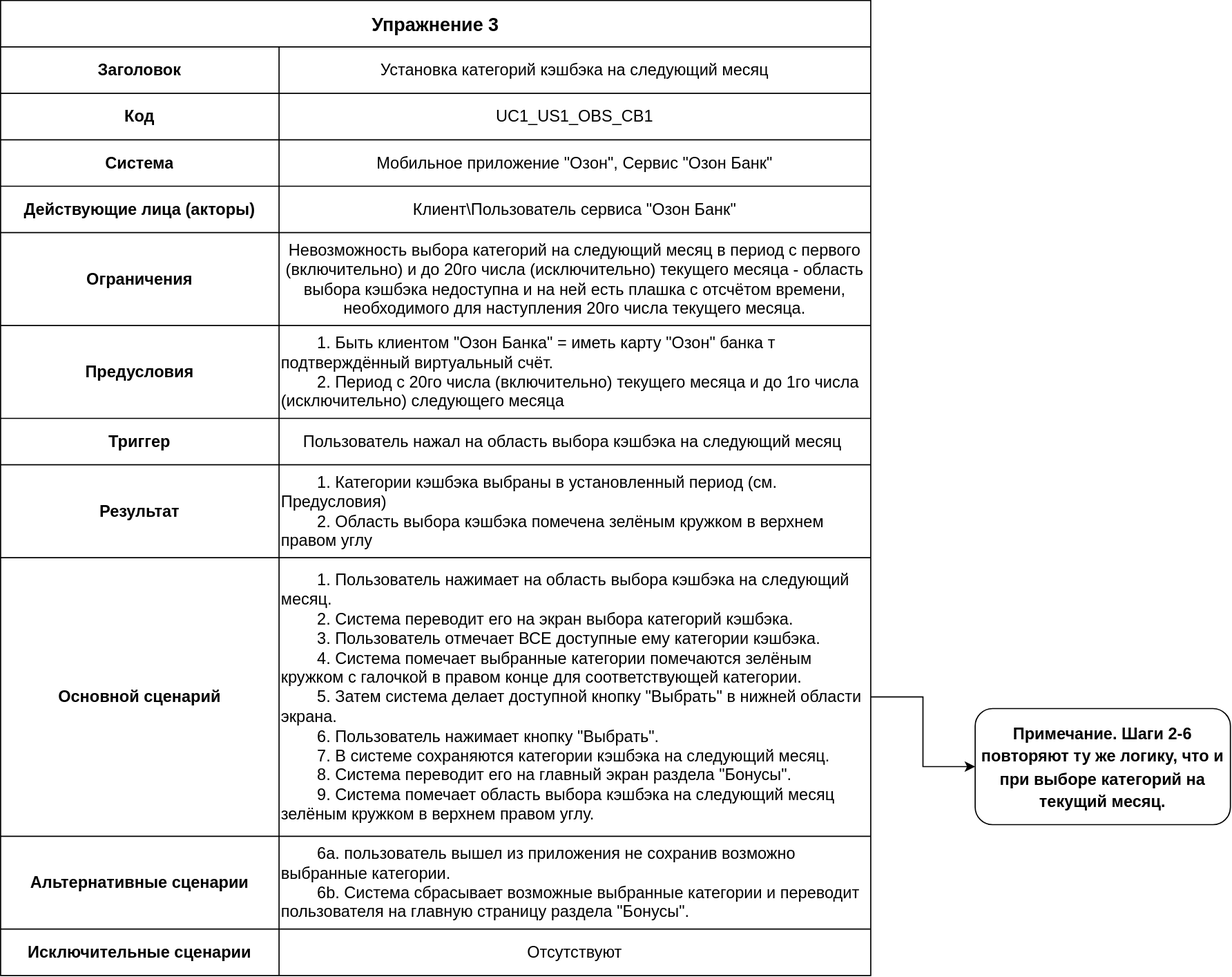
Earlier version of the draw.io export Stanley_Kudrow/ex03_use_case/use_case.drawio.svg (abdullahproff/BSA21_1). Source tidied: cells renumbered, new cells last; positions are measured from the earlier drawing's top-left corner, leaving out a move shared by most shapes.
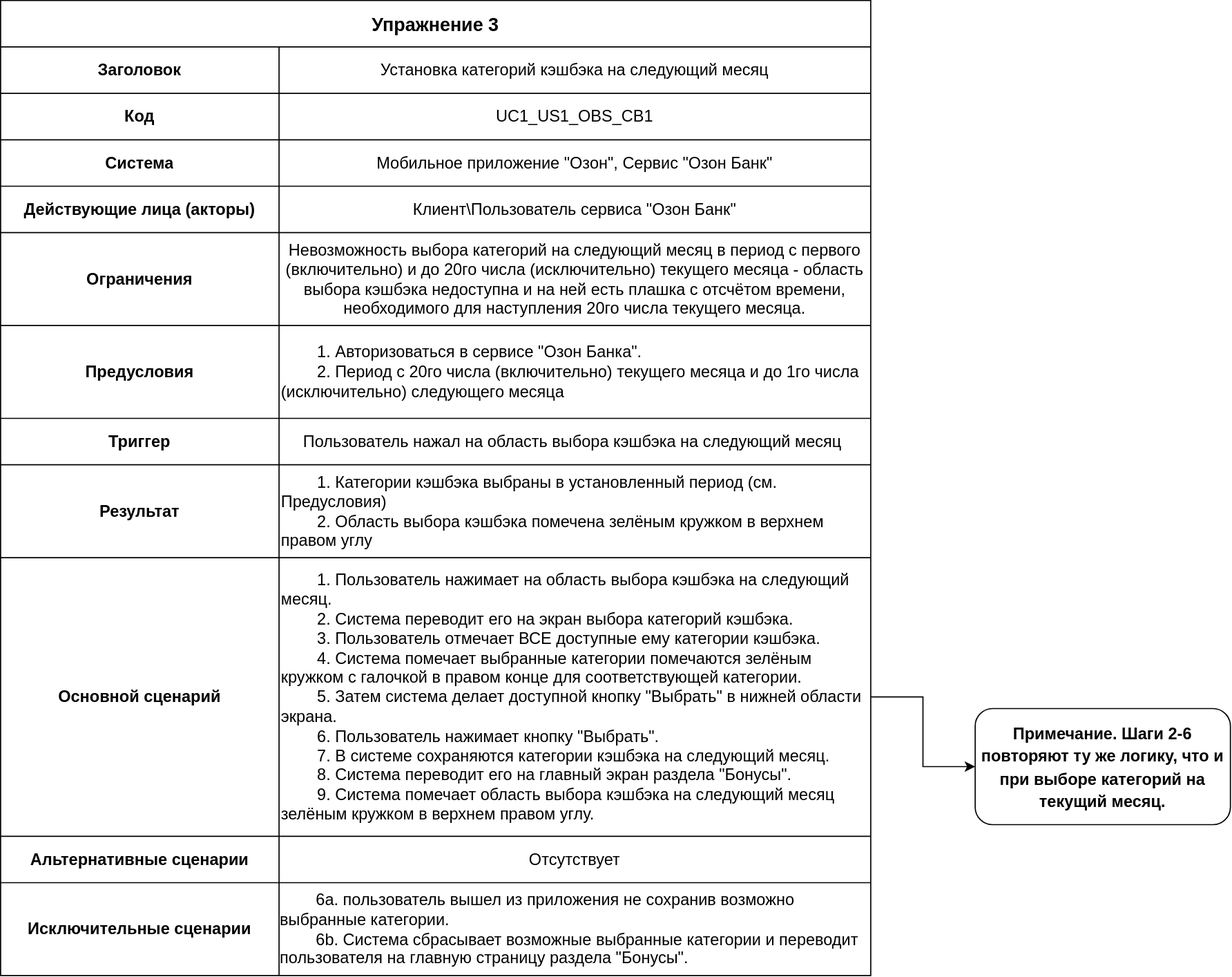
After the change.

The edit, as a diff of the source:
```diff
@@ -59,7 +59,7 @@
     <mxCell id="20" value="&lt;font style=&quot;font-size: 14px;&quot;&gt;&lt;b&gt;Предусловия&lt;/b&gt;&lt;/font&gt;" style="shape=partialRectangle;html=1;whiteSpace=wrap;strokeColor=inherit;overflow=hidden;fillColor=none;top=0;left=0;bottom=0;right=0;" parent="19" vertex="1">
       <mxGeometry width="240" height="80" as="geometry" />
     </mxCell>
-    <mxCell id="21" value="&lt;span style=&quot;font-size: 14px; background-color: initial;&quot;&gt;&lt;span style=&quot;white-space: pre;&quot;&gt;&#9;&lt;/span&gt;1. Быть клиентом &quot;Озон Банка&quot; = иметь карту &quot;Озон&quot; банка т подтверждённый виртуальный счёт.&lt;/span&gt;&lt;br&gt;&lt;span style=&quot;font-size: 14px; background-color: initial;&quot;&gt;&lt;span style=&quot;white-space: pre;&quot;&gt;&#9;&lt;/span&gt;2. Период с 20го числа (включительно) текущего месяца и до 1го числа (исключительно) следующего месяца&lt;/span&gt;" style="shape=partialRectangle;html=1;whiteSpace=wrap;strokeColor=inherit;overflow=hidden;fillColor=none;top=0;left=0;bottom=0;right=0;align=left;" parent="19" vertex="1">
+    <mxCell id="21" value="&lt;span style=&quot;font-size: 14px; background-color: initial;&quot;&gt;&lt;span style=&quot;white-space: pre;&quot;&gt;&#9;&lt;/span&gt;1. Авторизоваться в сервисе &quot;Озон Банка&quot;.&lt;/span&gt;&lt;br&gt;&lt;span style=&quot;font-size: 14px; background-color: initial;&quot;&gt;&lt;span style=&quot;white-space: pre;&quot;&gt;&#9;&lt;/span&gt;2. Период с 20го числа (включительно) текущего месяца и до 1го числа (исключительно) следующего месяца&lt;/span&gt;" style="shape=partialRectangle;html=1;whiteSpace=wrap;strokeColor=inherit;overflow=hidden;fillColor=none;top=0;left=0;bottom=0;right=0;align=left;" parent="19" vertex="1">
       <mxGeometry x="240" width="510" height="80" as="geometry" />
     </mxCell>
     <mxCell id="22" style="shape=tableRow;horizontal=0;startSize=0;swimlaneHead=0;swimlaneBody=0;strokeColor=inherit;top=0;left=0;bottom=0;right=0;fillColor=none;" parent="3" vertex="1">
@@ -90,22 +90,22 @@
       <mxGeometry x="240" width="510" height="240" as="geometry" />
     </mxCell>
     <mxCell id="31" style="shape=tableRow;horizontal=0;startSize=0;swimlaneHead=0;swimlaneBody=0;strokeColor=inherit;top=0;left=0;bottom=0;right=0;fillColor=none;" parent="3" vertex="1">
-      <mxGeometry y="720" width="750" height="80" as="geometry" />
+      <mxGeometry y="720" width="750" height="40" as="geometry" />
     </mxCell>
     <mxCell id="32" value="&lt;font style=&quot;font-size: 14px;&quot;&gt;&lt;b&gt;Альтернативные сценарии&lt;/b&gt;&lt;/font&gt;" style="shape=partialRectangle;html=1;whiteSpace=wrap;strokeColor=inherit;overflow=hidden;fillColor=none;top=0;left=0;bottom=0;right=0;" parent="31" vertex="1">
-      <mxGeometry width="240" height="80" as="geometry" />
+      <mxGeometry width="240" height="40" as="geometry" />
     </mxCell>
-    <mxCell id="33" value="&lt;div style=&quot;&quot;&gt;&lt;span style=&quot;background-color: initial; font-size: 14px;&quot;&gt;&lt;span style=&quot;white-space: pre;&quot;&gt;&#9;&lt;/span&gt;6а. пользователь вышел из приложения не сохранив возможно выбранные категории.&lt;/span&gt;&lt;/div&gt;&lt;div style=&quot;&quot;&gt;&lt;span style=&quot;background-color: initial; font-size: 14px;&quot;&gt;&lt;span style=&quot;white-space: pre;&quot;&gt;&#9;&lt;/span&gt;6b. Система сбрасывает возможные выбранные категории и переводит пользователя на главную страницу раздела &quot;Бонусы&quot;.&lt;/span&gt;&lt;/div&gt;" style="shape=partialRectangle;html=1;whiteSpace=wrap;strokeColor=inherit;overflow=hidden;fillColor=none;top=0;left=0;bottom=0;right=0;align=left;" parent="31" vertex="1">
-      <mxGeometry x="240" width="510" height="80" as="geometry" />
+    <mxCell id="33" value="&lt;div style=&quot;&quot;&gt;&lt;font style=&quot;font-size: 14px;&quot;&gt;Отсутствует&lt;/font&gt;&lt;/div&gt;" style="shape=partialRectangle;html=1;whiteSpace=wrap;strokeColor=inherit;overflow=hidden;fillColor=none;top=0;left=0;bottom=0;right=0;align=center;" parent="31" vertex="1">
+      <mxGeometry x="240" width="510" height="40" as="geometry" />
     </mxCell>
     <mxCell id="34" style="shape=tableRow;horizontal=0;startSize=0;swimlaneHead=0;swimlaneBody=0;strokeColor=inherit;top=0;left=0;bottom=0;right=0;fillColor=none;" parent="3" vertex="1">
-      <mxGeometry y="800" width="750" height="40" as="geometry" />
+      <mxGeometry y="760" width="750" height="80" as="geometry" />
     </mxCell>
     <mxCell id="35" value="&lt;font style=&quot;font-size: 14px;&quot;&gt;&lt;b&gt;Исключительные сценарии&lt;/b&gt;&lt;/font&gt;" style="shape=partialRectangle;html=1;whiteSpace=wrap;strokeColor=inherit;overflow=hidden;fillColor=none;top=0;left=0;bottom=0;right=0;" parent="34" vertex="1">
-      <mxGeometry width="240" height="40" as="geometry" />
+      <mxGeometry width="240" height="80" as="geometry" />
     </mxCell>
-    <mxCell id="36" value="&lt;font style=&quot;font-size: 14px;&quot;&gt;Отсутствуют&lt;/font&gt;" style="shape=partialRectangle;html=1;whiteSpace=wrap;strokeColor=inherit;overflow=hidden;fillColor=none;top=0;left=0;bottom=0;right=0;" parent="34" vertex="1">
-      <mxGeometry x="240" width="510" height="40" as="geometry" />
+    <mxCell id="36" value="&lt;div style=&quot;text-align: left;&quot;&gt;&lt;span style=&quot;background-color: initial; font-size: 14px;&quot;&gt;&lt;span style=&quot;white-space: pre;&quot;&gt;&#9;&lt;/span&gt;6а. пользователь вышел из приложения не сохранив возможно выбранные категории.&lt;/span&gt;&lt;/div&gt;&lt;div style=&quot;text-align: left;&quot;&gt;&lt;span style=&quot;background-color: initial; font-size: 14px;&quot;&gt;&lt;span style=&quot;white-space: pre;&quot;&gt;&#9;&lt;/span&gt;6b. Система сбрасывает возможные выбранные категории и переводит пользователя на главную страницу раздела &quot;Бонусы&quot;.&lt;/span&gt;&lt;/div&gt;" style="shape=partialRectangle;html=1;whiteSpace=wrap;strokeColor=inherit;overflow=hidden;fillColor=none;top=0;left=0;bottom=0;right=0;" parent="34" vertex="1">
+      <mxGeometry x="240" width="510" height="80" as="geometry" />
     </mxCell>
     <mxCell id="37" value="&lt;font style=&quot;font-size: 14px;&quot;&gt;Примечание. Шаги 2-6 повторяют ту же логику, что и при выборе категорий на текущий месяц.&lt;/font&gt;" style="rounded=1;whiteSpace=wrap;html=1;fontSize=16;startSize=40;fontStyle=1;" parent="1" vertex="1">
       <mxGeometry x="840" y="610" width="220" height="100" as="geometry" />
```
